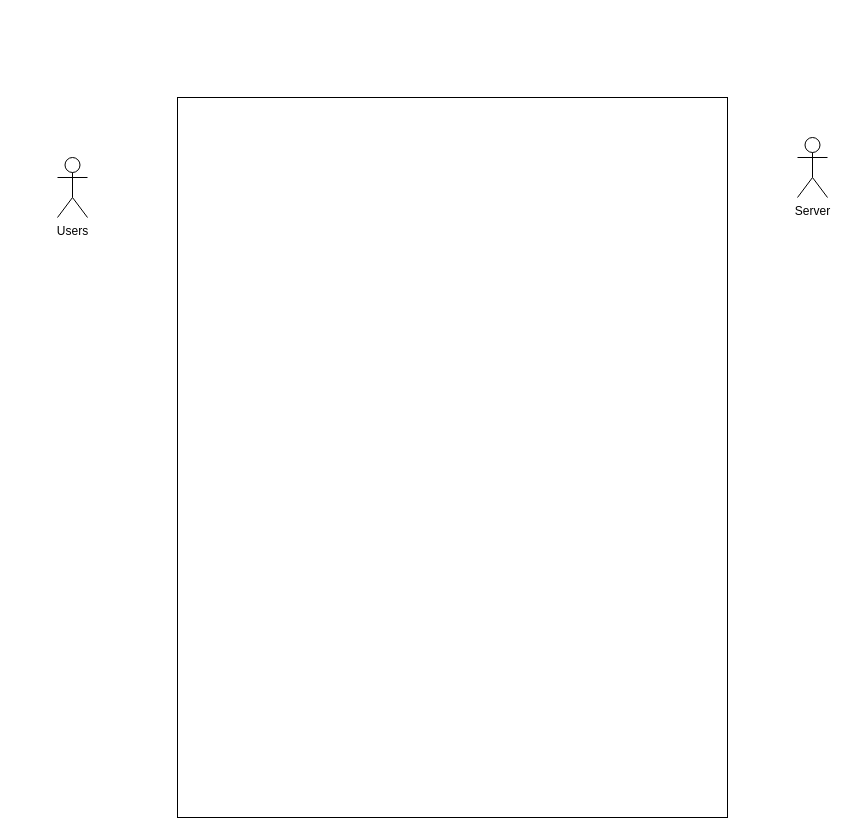
The draw.io diagram Untitled Diagram.drawio in WSU-4110/TeamFitness, before the edit. Source tidied: cells renumbered, new cells numbered last; positions are measured from the earlier drawing's top-left corner, leaving out a move shared by most shapes. Both pictures are drawn from the tidied source at 100%, with x=0, y=0 at pixel (57, 97).
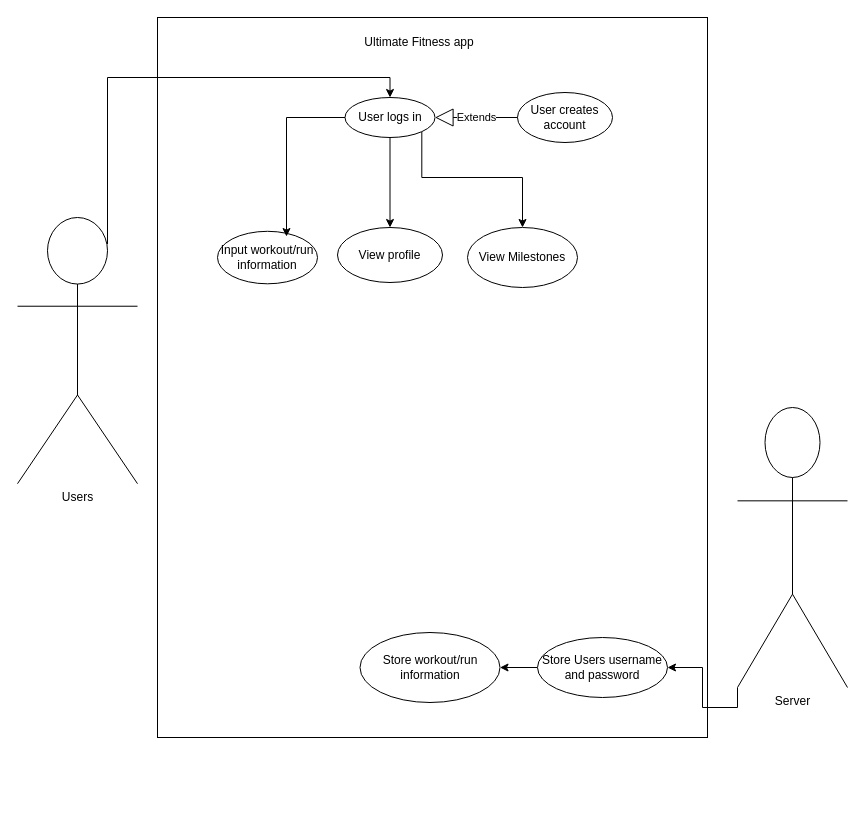
The same page after the edit.

The edit, as a diff of the source:
```diff
@@
     <mxCell id="2" style="rounded=0;whiteSpace=wrap;html=1;direction=south;" parent="1" vertex="1">
-      <mxGeometry x="120" width="550" height="720" as="geometry" />
+      <mxGeometry x="100" y="-80" width="550" height="720" as="geometry" />
     </mxCell>
+    <mxCell id="5" style="edgeStyle=orthogonalEdgeStyle;rounded=0;jettySize=auto;html=1;exitX=0.75;exitY=0.1;exitDx=0;exitDy=0;exitPerimeter=0;entryX=0.5;entryY=0;entryDx=0;entryDy=0;" parent="1" edge="1" source="3" target="9">
+      <mxGeometry relative="1" as="geometry">
+        <Array as="points">
+          <mxPoint x="50" y="-20" />
+          <mxPoint x="332" y="-20" />
+        </Array>
+      </mxGeometry>
+    </mxCell>
     <mxCell id="3" value="Users" style="shape=umlActor;verticalLabelPosition=bottom;verticalAlign=top;html=1;" parent="1" vertex="1">
-      <mxGeometry y="60" width="30" height="60" as="geometry" />
+      <mxGeometry x="-40" y="120" width="120" height="266.2" as="geometry" />
     </mxCell>
+    <mxCell id="6" style="edgeStyle=orthogonalEdgeStyle;rounded=0;jettySize=auto;html=1;exitX=0;exitY=1;exitDx=0;exitDy=0;exitPerimeter=0;entryX=1;entryY=0.5;entryDx=0;entryDy=0;" parent="1" edge="1" source="4" target="18">
+      <mxGeometry relative="1" as="geometry" />
+    </mxCell>
     <mxCell id="4" value="Server" style="shape=umlActor;verticalLabelPosition=bottom;verticalAlign=top;html=1;" parent="1" vertex="1">
-      <mxGeometry x="740" y="40" width="30" height="60" as="geometry" />
+      <mxGeometry x="680" y="310" width="110" height="280" as="geometry" />
     </mxCell>
+    <mxCell id="7" style="edgeStyle=orthogonalEdgeStyle;rounded=0;jettySize=auto;html=1;exitX=0.5;exitY=1;exitDx=0;exitDy=0;" parent="1" edge="1" source="9" target="13">
+      <mxGeometry relative="1" as="geometry" />
+    </mxCell>
+    <mxCell id="8" style="edgeStyle=orthogonalEdgeStyle;rounded=0;jettySize=auto;html=1;exitX=1;exitY=1;exitDx=0;exitDy=0;entryX=0.5;entryY=0;entryDx=0;entryDy=0;" parent="1" edge="1" source="9" target="14">
+      <mxGeometry relative="1" as="geometry">
+        <Array as="points">
+          <mxPoint x="364" y="80" />
+          <mxPoint x="465" y="80" />
+        </Array>
+      </mxGeometry>
+    </mxCell>
+    <mxCell id="9" value="User logs in" style="ellipse;whiteSpace=wrap;html=1;" parent="1" vertex="1">
+      <mxGeometry x="287.5" width="90" height="40" as="geometry" />
+    </mxCell>
+    <mxCell id="10" value="User creates account" style="ellipse;whiteSpace=wrap;html=1;" parent="1" vertex="1">
+      <mxGeometry x="460" y="-5" width="95" height="50" as="geometry" />
+    </mxCell>
+    <mxCell id="11" value="Extends" style="endArrow=block;endSize=16;endFill=0;html=1;rounded=0;entryX=1;entryY=0.5;entryDx=0;entryDy=0;exitX=0;exitY=0.5;exitDx=0;exitDy=0;" parent="1" edge="1" source="10" target="9">
+      <mxGeometry relative="1" as="geometry" />
+    </mxCell>
+    <mxCell id="12" value="Input workout/run information" style="ellipse;whiteSpace=wrap;html=1;" parent="1" vertex="1">
+      <mxGeometry x="160" y="133.8" width="100" height="52.5" as="geometry" />
+    </mxCell>
+    <mxCell id="13" value="View profile" style="ellipse;whiteSpace=wrap;html=1;" parent="1" vertex="1">
+      <mxGeometry x="280" y="130" width="105" height="55" as="geometry" />
+    </mxCell>
+    <mxCell id="14" value="View Milestones" style="ellipse;whiteSpace=wrap;html=1;" parent="1" vertex="1">
+      <mxGeometry x="410" y="130" width="110" height="60" as="geometry" />
+    </mxCell>
+    <mxCell id="15" style="edgeStyle=orthogonalEdgeStyle;rounded=0;jettySize=auto;html=1;entryX=0.69;entryY=0.1;entryDx=0;entryDy=0;entryPerimeter=0;" parent="1" edge="1" source="9" target="12">
+      <mxGeometry relative="1" as="geometry" />
+    </mxCell>
+    <mxCell id="16" value="Ultimate Fitness app" style="text;html=1;align=center;verticalAlign=middle;whiteSpace=wrap;rounded=0;" parent="1" vertex="1">
+      <mxGeometry x="302.5" y="-70" width="117.5" height="30" as="geometry" />
+    </mxCell>
+    <mxCell id="17" style="edgeStyle=orthogonalEdgeStyle;rounded=0;jettySize=auto;html=1;exitX=0;exitY=0.5;exitDx=0;exitDy=0;entryX=1;entryY=0.5;entryDx=0;entryDy=0;" parent="1" edge="1" source="18" target="19">
+      <mxGeometry relative="1" as="geometry" />
+    </mxCell>
+    <mxCell id="18" value="Store Users username and password" style="ellipse;whiteSpace=wrap;html=1;" parent="1" vertex="1">
+      <mxGeometry x="480" y="540" width="130" height="60" as="geometry" />
+    </mxCell>
+    <mxCell id="19" value="Store workout/run information" style="ellipse;whiteSpace=wrap;html=1;" parent="1" vertex="1">
+      <mxGeometry x="302.5" y="535" width="140" height="70" as="geometry" />
+    </mxCell>
```
